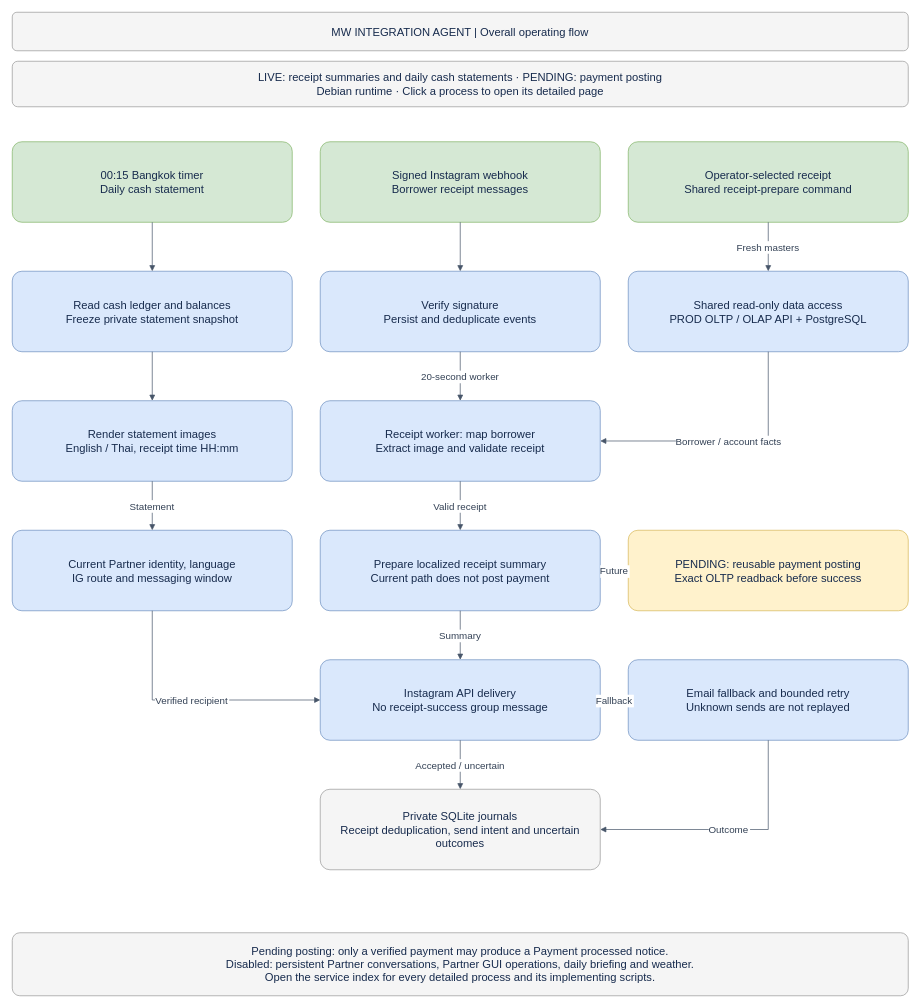
The draw.io diagram page "01 · Agent overview" (1 of 16) of docs/BUSINESS_PROCESS.drawio in welct0407/MW-Credit-App, before the edit. Source tidied: cells renumbered, new cells numbered last; positions are measured from the earlier drawing's top-left corner, leaving out a move shared by most shapes. Both pictures are drawn from the tidied source at 70%, with x=0, y=0 at pixel (12, 12).
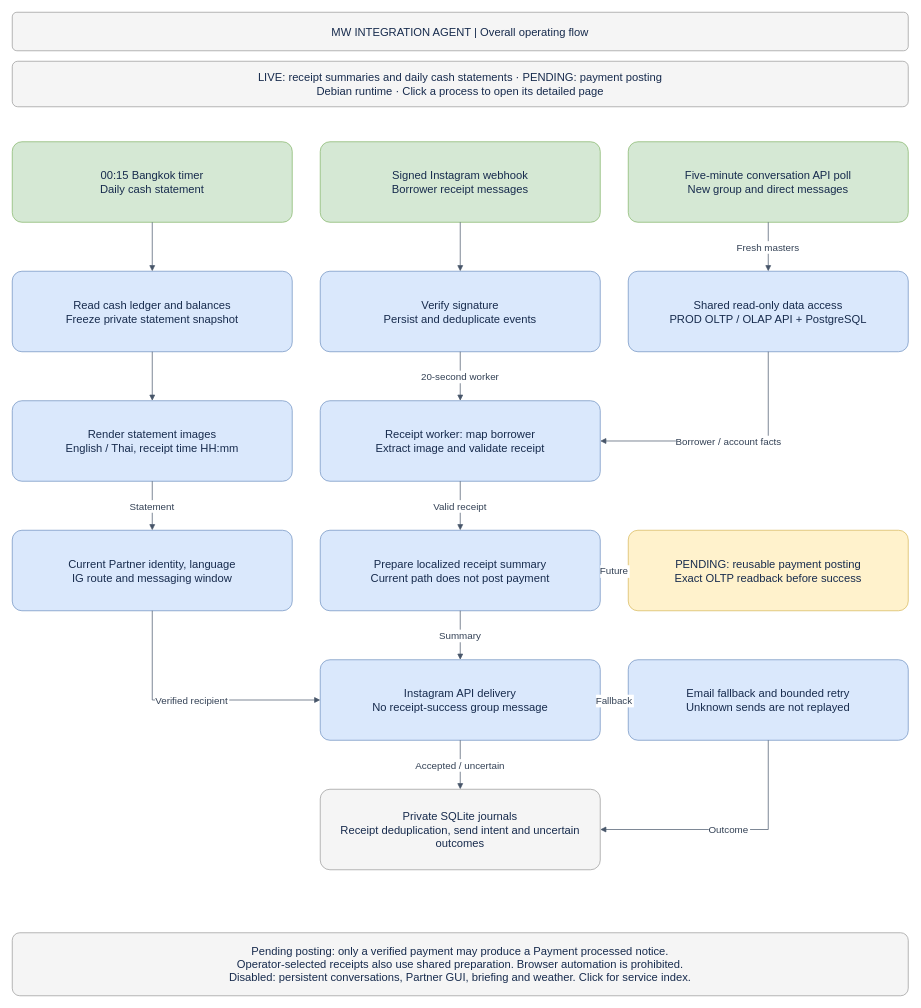
The same page after the edit.

Commit message (it also covers changes not shown here):
Document verified API polling deployment and update process diagram

What changed in the source:
```diff
@@
-    <mxCell id="6" value="Operator-selected receipt&#10;Shared receipt-prepare command" style="rounded=1;arcSize=12;whiteSpace=wrap;html=0;fillColor=#d5e8d4;strokeColor=#82b366;fontColor=#172b4d;fontSize=16;align=center;verticalAlign=middle;spacing=12;" parent="1" vertex="1">
+    <mxCell id="6" value="Five-minute conversation API poll&#10;New group and direct messages" style="rounded=1;arcSize=12;whiteSpace=wrap;html=0;fillColor=#d5e8d4;strokeColor=#82b366;fontColor=#172b4d;fontSize=16;align=center;verticalAlign=middle;spacing=12;" parent="1" vertex="1">
       <mxGeometry x="880" y="185" width="400" height="115" as="geometry" />
     </mxCell>
@@
-    <mxCell id="32" value="Pending posting: only a verified payment may produce a Payment processed notice.&#10;Disabled: persistent Partner conversations, Partner GUI operations, daily briefing and weather.&#10;Open the service index for every detailed process and its implementing scripts." style="rounded=1;arcSize=12;whiteSpace=wrap;html=0;fillColor=#f5f5f5;strokeColor=#999999;fontColor=#172b4d;fontSize=16;align=center;verticalAlign=middle;spacing=12;" parent="1" vertex="1">
+    <mxCell id="32" value="Pending posting: only a verified payment may produce a Payment processed notice.&#10;Operator-selected receipts also use shared preparation. Browser automation is prohibited.&#10;Disabled: persistent conversations, Partner GUI, briefing and weather. Click for service index." style="rounded=1;arcSize=12;whiteSpace=wrap;html=0;fillColor=#f5f5f5;strokeColor=#999999;fontColor=#172b4d;fontSize=16;align=center;verticalAlign=middle;spacing=12;" parent="1" vertex="1">
       <mxGeometry y="1315" width="1280" height="90" as="geometry" />
     </mxCell>
```
